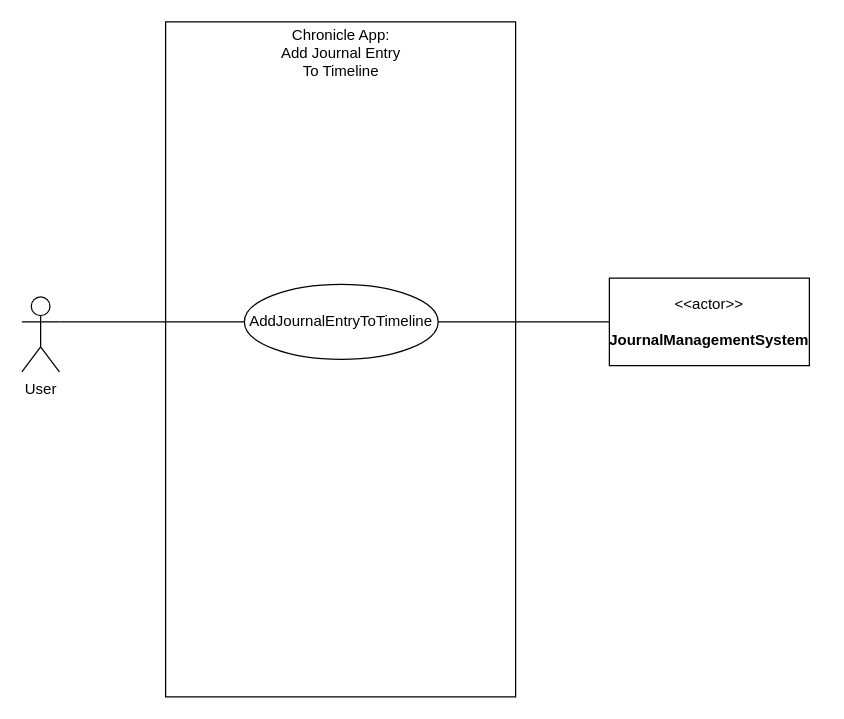
This is page "AddJournalEntry2TimeLine" (17 of 17) of Week-7-Team-04-Use Case Diagrams (2).drawio from Vaibhav-G-Parmar/Chronicle-Your-Ultimate-Travel-Companion, a draw.io file, before an edit. Source tidied: cells renumbered, new cells numbered last; positions are measured from the earlier drawing's top-left corner, leaving out a move shared by most shapes. Both pictures are drawn from the tidied source at 125%, with x=0, y=0 at pixel (21, 21).
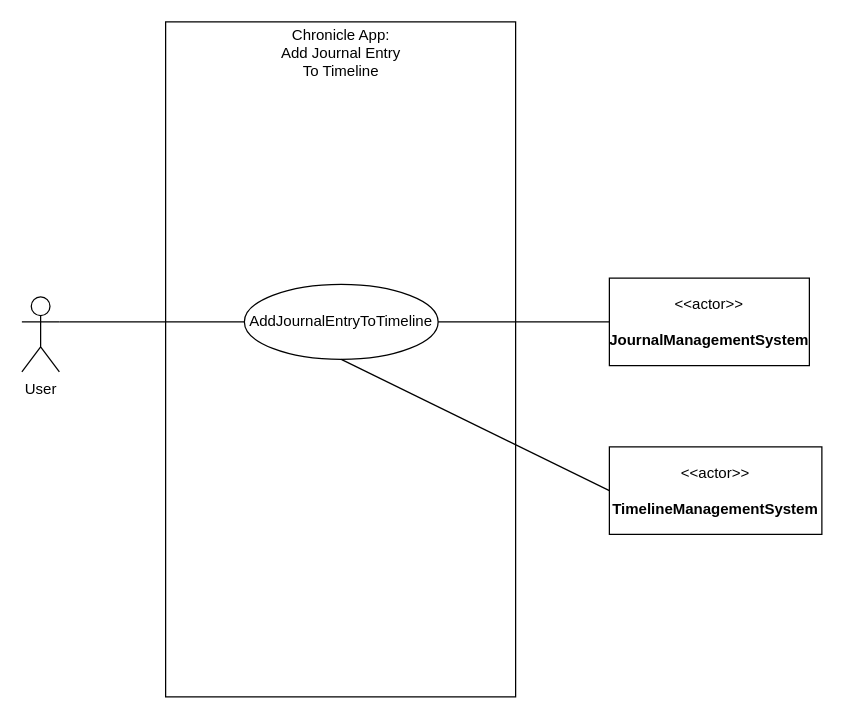
Above is the later version.

The edit, as a diff of the source:
```diff
@@
 <mxGraphModel>
   <root>
     <mxCell id="0" />
     <mxCell id="1" parent="0" />
     <mxCell id="2" value="&lt;h2&gt;&lt;br&gt;&lt;/h2&gt;" style="rounded=0;whiteSpace=wrap;html=1;align=center;" parent="1" vertex="1">
       <mxGeometry x="115" width="280" height="540" as="geometry" />
     </mxCell>
     <mxCell id="3" value="User&lt;br&gt;" style="shape=umlActor;verticalLabelPosition=bottom;verticalAlign=top;html=1;outlineConnect=0;" parent="1" vertex="1">
       <mxGeometry y="220" width="30" height="60" as="geometry" />
     </mxCell>
     <mxCell id="4" value="&amp;lt;&amp;lt;actor&amp;gt;&amp;gt;&lt;br&gt;&lt;br&gt;&lt;b style=&quot;border-color: var(--border-color);&quot;&gt;JournalManagementSystem&lt;/b&gt;&lt;b&gt;&lt;br&gt;&lt;/b&gt;" style="html=1;align=center;verticalAlign=middle;dashed=0;whiteSpace=wrap;" parent="1" vertex="1">
       <mxGeometry x="470" y="205" width="160" height="70" as="geometry" />
     </mxCell>
     <mxCell id="5" value="Chronicle App:&lt;br&gt;Add Journal Entry To Timeline" style="text;html=1;strokeColor=none;fillColor=none;align=center;verticalAlign=middle;whiteSpace=wrap;rounded=0;" parent="1" vertex="1">
       <mxGeometry x="203" y="10" width="105" height="30" as="geometry" />
     </mxCell>
     <mxCell id="6" value="AddJournalEntryToTimeline" style="ellipse;whiteSpace=wrap;html=1;" parent="1" vertex="1">
       <mxGeometry x="178" y="210" width="155" height="60" as="geometry" />
     </mxCell>
     <mxCell id="7" style="endArrow=none;html=1;rounded=0;entryX=0;entryY=0.5;entryDx=0;entryDy=0;exitX=1;exitY=0.3333333333333333;exitDx=0;exitDy=0;exitPerimeter=0;" parent="1" edge="1" source="3" target="6">
       <mxGeometry relative="1" as="geometry" />
     </mxCell>
     <mxCell id="8" style="endArrow=none;html=1;rounded=0;exitX=1;exitY=0.5;exitDx=0;exitDy=0;entryX=0;entryY=0.5;entryDx=0;entryDy=0;entryPerimeter=0;" parent="1" edge="1" source="6" target="4">
       <mxGeometry relative="1" as="geometry" />
     </mxCell>
+    <mxCell id="9" value="&amp;lt;&amp;lt;actor&amp;gt;&amp;gt;&lt;br&gt;&lt;b&gt;&lt;br&gt;&lt;/b&gt;&lt;b style=&quot;border-color: var(--border-color);&quot;&gt;TimelineManagementSystem&lt;/b&gt;&lt;b&gt;&lt;br&gt;&lt;/b&gt;" style="html=1;align=center;verticalAlign=middle;dashed=0;whiteSpace=wrap;" parent="1" vertex="1">
+      <mxGeometry x="470" y="340" width="170" height="70" as="geometry" />
+    </mxCell>
+    <mxCell id="10" style="endArrow=none;html=1;rounded=0;entryX=0;entryY=0.5;entryDx=0;entryDy=0;exitX=0.5;exitY=1;exitDx=0;exitDy=0;" parent="1" edge="1" source="6" target="9">
+      <mxGeometry relative="1" as="geometry" />
+    </mxCell>
   </root>
 </mxGraphModel>
```
